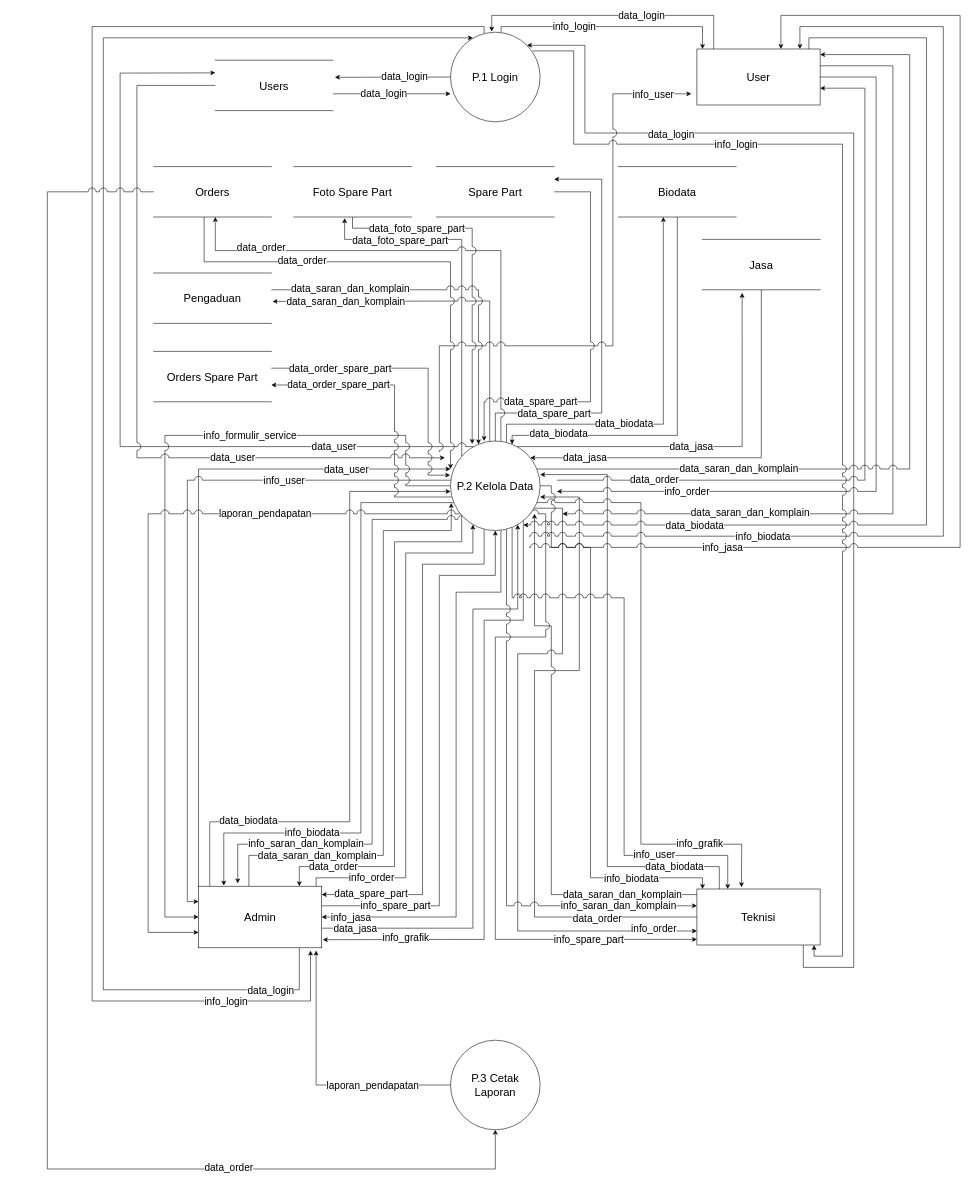
The draw.io diagram dfd update/Data Flow Diagram Level 0.drawio in Naveigell/ta2, before the edit. Source tidied: cells renumbered, new cells numbered last; positions are measured from the earlier drawing's top-left corner, leaving out a move shared by most shapes. Both pictures are drawn from the tidied source at 56%, with x=0, y=0 at pixel (47, 15).
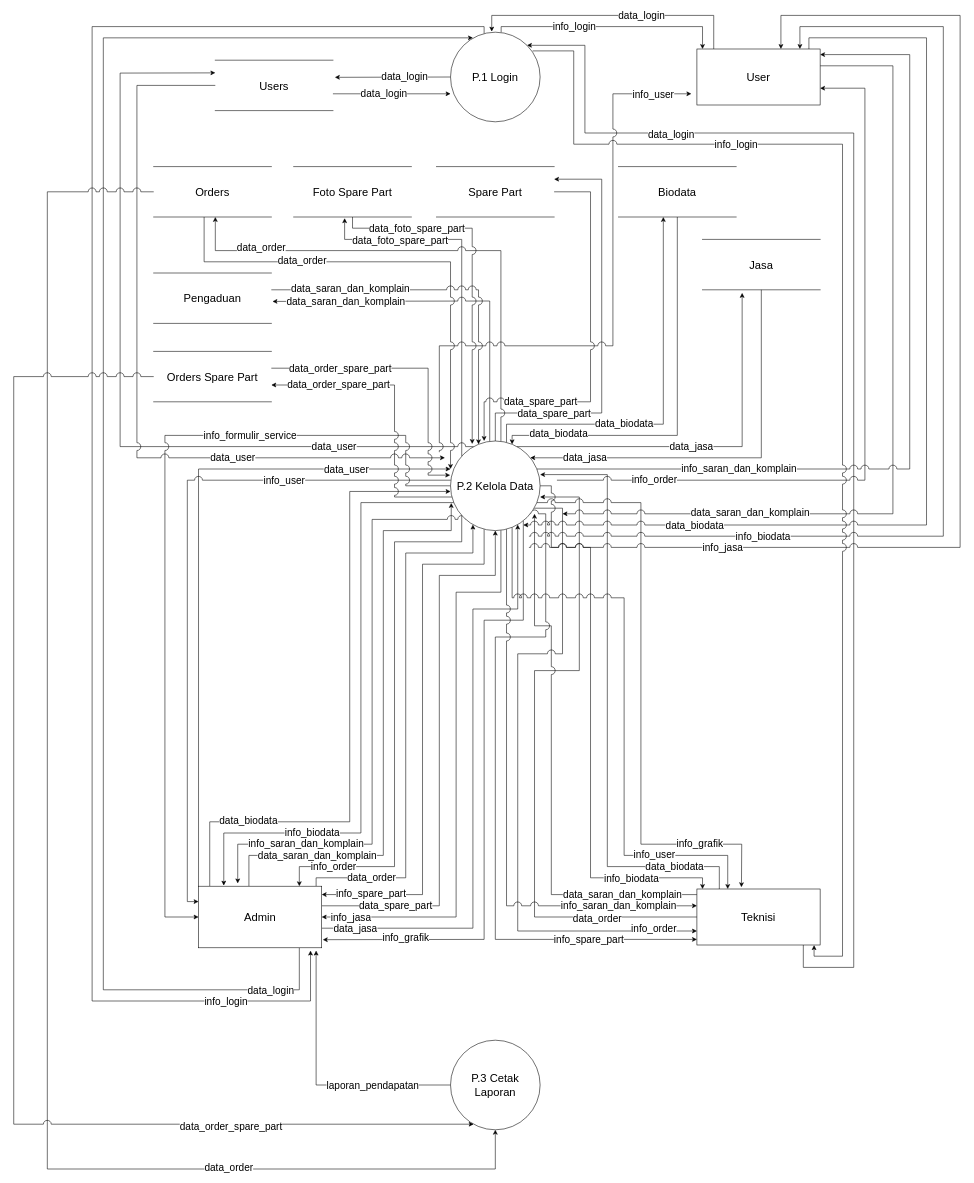
The same page after the edit.

The change refers to these unchanged cells:
```xml
<mxCell id="4" style="edgeStyle=orthogonalEdgeStyle;rounded=0;jettySize=auto;html=1;entryX=0.5;entryY=1;entryDx=0;entryDy=0;fontSize=18;jumpStyle=arc;jumpSize=14;" parent="1" edge="1" source="18" target="78">
  <mxGeometry relative="1" as="geometry">
    <Array as="points">
      <mxPoint x="700" y="1590" />
      <mxPoint x="700" y="1000" />
      <mxPoint x="800" y="1000" />
    </Array>
  </mxGeometry>
</mxCell>
<mxCell id="6" style="edgeStyle=orthogonalEdgeStyle;rounded=0;jettySize=auto;html=1;fontSize=18;jumpStyle=arc;jumpSize=14;" parent="1" edge="1" source="18" target="78">
  <mxGeometry relative="1" as="geometry">
    <Array as="points">
      <mxPoint x="480" y="1540" />
      <mxPoint x="640" y="1540" />
      <mxPoint x="640" y="960" />
      <mxPoint x="760" y="960" />
    </Array>
  </mxGeometry>
</mxCell>
<mxCell id="8" style="edgeStyle=orthogonalEdgeStyle;rounded=0;jettySize=auto;html=1;fontSize=18;jumpStyle=arc;jumpSize=14;" parent="1" edge="1" source="78" target="18">
  <mxGeometry relative="1" as="geometry">
    <Array as="points">
      <mxPoint x="740" y="940" />
      <mxPoint x="620" y="940" />
      <mxPoint x="620" y="1520" />
      <mxPoint x="450" y="1520" />
    </Array>
  </mxGeometry>
</mxCell>
<mxCell id="18" value="Admin" style="rounded=0;whiteSpace=wrap;html=1;fontSize=20;" parent="1" vertex="1">
  <mxGeometry x="270" y="1555" width="220" height="110" as="geometry" />
</mxCell>
<mxCell id="30" value="P.3 Cetak Laporan" style="ellipse;whiteSpace=wrap;html=1;fontSize=20;" parent="1" vertex="1">
  <mxGeometry x="720" y="1830" width="160" height="160" as="geometry" />
</mxCell>
<mxCell id="31" style="edgeStyle=orthogonalEdgeStyle;rounded=0;jettySize=auto;html=1;entryX=1;entryY=0.136;entryDx=0;entryDy=0;entryPerimeter=0;fontSize=18;jumpStyle=arc;jumpSize=14;" parent="1" edge="1" source="78" target="18">
  <mxGeometry relative="1" as="geometry">
    <Array as="points">
      <mxPoint x="780" y="980" />
      <mxPoint x="670" y="980" />
      <mxPoint x="670" y="1570" />
    </Array>
  </mxGeometry>
</mxCell>
<mxCell id="78" value="P.2 Kelola Data" style="ellipse;whiteSpace=wrap;html=1;fontSize=20;" parent="1" vertex="1">
  <mxGeometry x="720" y="760" width="160" height="160" as="geometry" />
</mxCell>
<mxCell id="90" style="edgeStyle=orthogonalEdgeStyle;rounded=0;sketch=0;jumpStyle=arc;jumpSize=14;jettySize=auto;html=1;fontSize=18;strokeColor=#000000;" parent="1" edge="1" target="100">
  <mxGeometry relative="1" as="geometry">
    <mxPoint x="910" y="830" as="sourcePoint" />
    <Array as="points">
      <mxPoint x="910" y="830" />
      <mxPoint x="1460" y="830" />
      <mxPoint x="1460" y="130" />
    </Array>
  </mxGeometry>
</mxCell>
<mxCell id="94" style="edgeStyle=orthogonalEdgeStyle;rounded=0;sketch=0;jumpStyle=arc;jumpSize=14;jettySize=auto;html=1;fontSize=18;strokeColor=#000000;" parent="1" edge="1" source="78" target="100">
  <mxGeometry relative="1" as="geometry">
    <Array as="points">
      <mxPoint x="1540" y="810" />
      <mxPoint x="1540" y="70" />
    </Array>
  </mxGeometry>
</mxCell>
<mxCell id="100" value="User" style="rounded=0;whiteSpace=wrap;html=1;fontSize=20;" parent="1" vertex="1">
  <mxGeometry x="1160" y="60" width="220" height="100" as="geometry" />
</mxCell>
<mxCell id="130" value="Orders Spare Part" style="shape=partialRectangle;whiteSpace=wrap;html=1;left=0;right=0;fillColor=none;fontSize=20;" parent="1" vertex="1">
  <mxGeometry x="190" y="600" width="210" height="90" as="geometry" />
</mxCell>
```

The edit, as a diff of the source:
```diff
@@
-    <mxCell id="5" value="info_spare_part" style="edgeLabel;html=1;align=center;verticalAlign=middle;fontSize=18;" parent="4" vertex="1">
+    <mxCell id="5" value="data_spare_part" style="edgeLabel;html=1;align=center;verticalAlign=middle;fontSize=18;" parent="4" vertex="1">
       <mxGeometry x="-0.89" relative="1" as="geometry">
         <mxPoint x="77" as="offset" />
       </mxGeometry>
     </mxCell>
@@
-    <mxCell id="7" value="info_order" style="edgeLabel;html=1;align=center;verticalAlign=middle;fontSize=18;" parent="6" vertex="1">
+    <mxCell id="7" value="data_order" style="edgeLabel;html=1;align=center;verticalAlign=middle;fontSize=18;" parent="6" vertex="1">
       <mxGeometry x="-0.7" y="-1" relative="1" as="geometry">
         <mxPoint x="-26" y="-1" as="offset" />
       </mxGeometry>
     </mxCell>
@@
-    <mxCell id="9" value="data_order" style="edgeLabel;html=1;align=center;verticalAlign=middle;fontSize=18;" parent="8" vertex="1">
+    <mxCell id="9" value="info_order" style="edgeLabel;html=1;align=center;verticalAlign=middle;fontSize=18;" parent="8" vertex="1">
       <mxGeometry x="0.8" relative="1" as="geometry" />
     </mxCell>
@@
-    <mxCell id="32" value="data_spare_part" style="edgeLabel;html=1;align=center;verticalAlign=middle;fontSize=18;" parent="31" vertex="1">
+    <mxCell id="32" value="info_spare_part" style="edgeLabel;html=1;align=center;verticalAlign=middle;fontSize=18;" parent="31" vertex="1">
       <mxGeometry x="0.89" y="-2" relative="1" as="geometry">
         <mxPoint x="36" as="offset" />
       </mxGeometry>
     </mxCell>
@@
-    <mxCell id="58" style="edgeStyle=orthogonalEdgeStyle;rounded=0;sketch=0;jumpStyle=arc;jumpSize=14;jettySize=auto;html=1;entryX=0;entryY=0.75;entryDx=0;entryDy=0;fontSize=18;strokeColor=#000000;" parent="1" edge="1" source="78" target="18">
-      <mxGeometry relative="1" as="geometry">
-        <Array as="points">
-          <mxPoint x="180" y="890" />
-          <mxPoint x="180" y="1638" />
-        </Array>
-      </mxGeometry>
-    </mxCell>
-    <mxCell id="59" value="laporan_pendapatan" style="edgeLabel;html=1;align=center;verticalAlign=middle;fontSize=18;" parent="58" vertex="1">
-      <mxGeometry x="-0.43" y="2" relative="1" as="geometry">
-        <mxPoint x="49" y="-2" as="offset" />
-      </mxGeometry>
-    </mxCell>
@@
-    <mxCell id="88" style="edgeStyle=orthogonalEdgeStyle;rounded=0;sketch=0;jumpStyle=arc;jumpSize=14;jettySize=auto;html=1;fontSize=18;strokeColor=#000000;" parent="1" edge="1" source="100">
-      <mxGeometry relative="1" as="geometry">
-        <mxPoint x="910" y="850" as="targetPoint" />
-        <Array as="points">
-          <mxPoint x="1480" y="110" />
-          <mxPoint x="1480" y="850" />
-          <mxPoint x="920" y="850" />
-        </Array>
-      </mxGeometry>
-    </mxCell>
-    <mxCell id="89" value="info_order" style="edgeLabel;html=1;align=center;verticalAlign=middle;fontSize=18;" parent="88" vertex="1">
-      <mxGeometry x="0.74" y="1" relative="1" as="geometry">
-        <mxPoint x="48" y="-1" as="offset" />
-      </mxGeometry>
-    </mxCell>
@@
-    <mxCell id="91" value="data_order" style="edgeLabel;html=1;align=center;verticalAlign=middle;fontSize=18;" parent="90" vertex="1">
+    <mxCell id="91" value="info_order" style="edgeLabel;html=1;align=center;verticalAlign=middle;fontSize=18;" parent="90" vertex="1">
       <mxGeometry x="-0.74" y="1" relative="1" as="geometry" />
     </mxCell>
@@
-    <mxCell id="95" value="data_saran_dan_komplain" style="edgeLabel;html=1;align=center;verticalAlign=middle;fontSize=18;" parent="94" vertex="1">
+    <mxCell id="95" value="info_saran_dan_komplain" style="edgeLabel;html=1;align=center;verticalAlign=middle;fontSize=18;" parent="94" vertex="1">
       <mxGeometry x="-0.54" y="1" relative="1" as="geometry" />
     </mxCell>
@@
+    <mxCell id="131" style="edgeStyle=orthogonalEdgeStyle;rounded=0;jettySize=auto;html=1;jumpStyle=arc;jumpSize=14;" parent="1" edge="1" source="130" target="30">
+      <mxGeometry relative="1" as="geometry">
+        <Array as="points">
+          <mxPoint x="-60" y="645" />
+          <mxPoint x="-60" y="1980" />
+        </Array>
+      </mxGeometry>
+    </mxCell>
+    <mxCell id="132" value="&lt;span style=&quot;font-size: 18px;&quot;&gt;data_order_spare_part&lt;/span&gt;" style="edgeLabel;html=1;align=center;verticalAlign=middle;fontSize=18;" parent="131" vertex="1">
+      <mxGeometry x="0.64" y="-4" relative="1" as="geometry">
+        <mxPoint x="-1" as="offset" />
+      </mxGeometry>
+    </mxCell>
```
